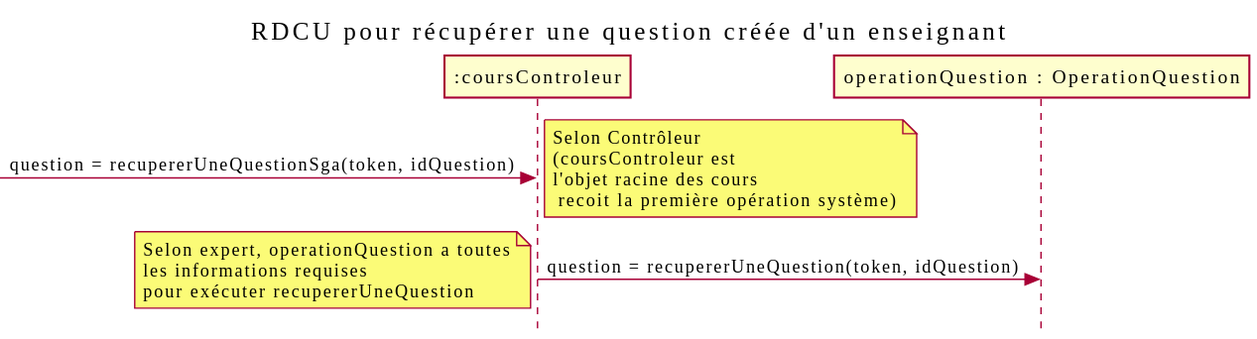
Earlier version of the PlantUML export out/docs/Récupérer question/RDCU_Recuperer_Question/recupererUneQuestion.svg (nerdz88/SGA-TS). The source it was exported from:
```plantuml
@startuml
skinparam style strictuml
skinparam defaultfontname Verdana
title RDCU pour récupérer une question créée d'un enseignant
participant ":coursControleur" as controleur
participant "operationQuestion : OperationQuestion" as mapCours
->controleur : question = recupererUneQuestionSga(token, idQuestion)
note right : Selon Contrôleur\n(coursControleur est\nl'objet racine des cours\n recoit la première opération système)
controleur -> mapCours : question = recupererUneQuestion(token, idQuestion)
note left : Selon expert, operationQuestion a toutes\nles informations requises\npour exécuter recupererUneQuestion
@enduml
```
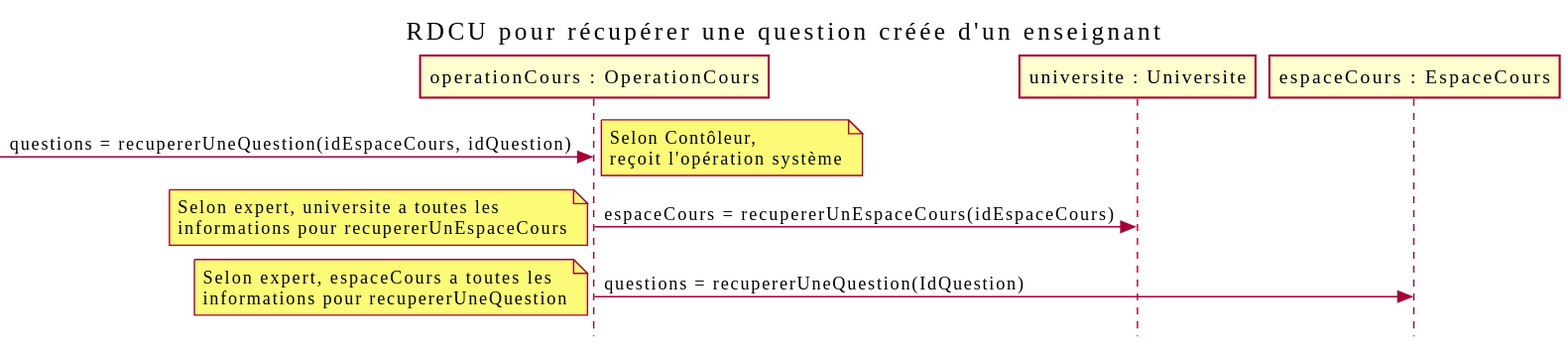
After the change.

The edit, as a diff of the source:
```diff
@@ -2,10 +2,14 @@
 skinparam style strictuml
 skinparam defaultfontname Verdana
 title RDCU pour récupérer une question créée d'un enseignant
-participant ":coursControleur" as controleur
-participant "operationQuestion : OperationQuestion" as mapCours
-->controleur : question = recupererUneQuestionSga(token, idQuestion)
-note right : Selon Contrôleur\n(coursControleur est\nl'objet racine des cours\n recoit la première opération système)
-controleur -> mapCours : question = recupererUneQuestion(token, idQuestion)
-note left : Selon expert, operationQuestion a toutes\nles informations requises\npour exécuter recupererUneQuestion
+participant "operationCours : OperationCours" as opCours
+participant "universite : Universite" as universite
+participant "espaceCours : EspaceCours" as cours
+
+->opCours : questions = recupererUneQuestion(idEspaceCours, idQuestion)
+note left : Selon Contôleur,\nreçoit l'opération système
+opCours -> universite : espaceCours = recupererUnEspaceCours(idEspaceCours)
+note left : Selon expert, universite a toutes les\ninformations pour recupererUnEspaceCours
+opCours -> cours : questions = recupererUneQuestion(IdQuestion)
+note left : Selon expert, espaceCours a toutes les\ninformations pour recupererUneQuestion
 @enduml
```
